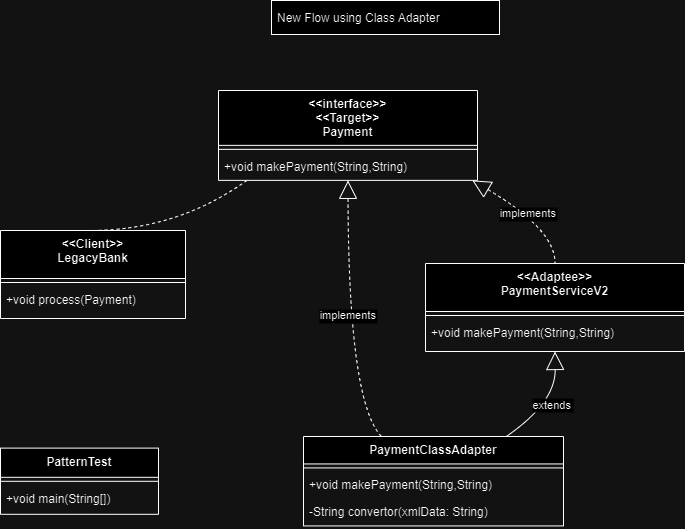
Before: docs/gurupalaniveltech.learning.structural.adapter/newflow_class.drawio.png, a diagram exported from draw.io (gurupalaniveltech/design-pattern). Source tidied: cells renumbered, new cells last; positions are measured from the earlier drawing's top-left corner, leaving out a move shared by most shapes. The source it was exported from:
```xml
<mxGraphModel>
  <root>
    <mxCell id="0" />
    <mxCell id="1" parent="0" />
    <mxCell id="2" value="PatternTest" style="swimlane;fontStyle=1;align=center;verticalAlign=top;horizontal=1;startSize=29.2;" parent="1" vertex="1">
      <mxGeometry y="447.6" width="158" height="66.2" as="geometry" />
    </mxCell>
    <mxCell id="3" style="line;strokeWidth=1;fillColor=none;align=left;verticalAlign=middle;spacingTop=-1;spacingLeft=3;spacingRight=3;labelPosition=right;strokeColor=inherit;" parent="2" vertex="1">
      <mxGeometry y="29.2" width="158" height="8" as="geometry" />
    </mxCell>
    <mxCell id="4" value="+void main(String[])" style="text;strokeColor=none;fillColor=none;align=left;verticalAlign=top;spacingLeft=4;spacingRight=4;overflow=hidden;" parent="2" vertex="1">
      <mxGeometry y="37.2" width="158" height="29" as="geometry" />
    </mxCell>
    <mxCell id="5" value="&lt;&lt;Client&gt;&gt;&#10;LegacyBank" style="swimlane;fontStyle=1;align=center;verticalAlign=top;horizontal=1;startSize=48;" parent="1" vertex="1">
      <mxGeometry y="230" width="185" height="88" as="geometry" />
    </mxCell>
    <mxCell id="6" style="line;strokeWidth=1;fillColor=none;align=left;verticalAlign=middle;spacingTop=-1;spacingLeft=3;spacingRight=3;labelPosition=right;strokeColor=inherit;" parent="5" vertex="1">
      <mxGeometry y="48" width="185" height="8" as="geometry" />
    </mxCell>
    <mxCell id="7" value="+void process(Payment)" style="text;strokeColor=none;fillColor=none;align=left;verticalAlign=top;spacingLeft=4;spacingRight=4;overflow=hidden;" parent="5" vertex="1">
      <mxGeometry y="56" width="185" height="32" as="geometry" />
    </mxCell>
    <mxCell id="8" value="&lt;&lt;interface&gt;&gt;&#10;&lt;&lt;Target&gt;&gt;&#10;Payment" style="swimlane;fontStyle=1;align=center;verticalAlign=top;horizontal=1;startSize=54.857142857142854;" parent="1" vertex="1">
      <mxGeometry x="218" y="90" width="259" height="89.9" as="geometry" />
    </mxCell>
    <mxCell id="9" style="line;strokeWidth=1;fillColor=none;align=left;verticalAlign=middle;spacingTop=-1;spacingLeft=3;spacingRight=3;labelPosition=right;strokeColor=inherit;" parent="8" vertex="1">
      <mxGeometry y="54.9" width="259" height="8" as="geometry" />
    </mxCell>
    <mxCell id="10" value="+void makePayment(String,String)" style="text;strokeColor=none;fillColor=none;align=left;verticalAlign=top;spacingLeft=4;spacingRight=4;overflow=hidden;" parent="8" vertex="1">
      <mxGeometry y="62.9" width="259" height="27" as="geometry" />
    </mxCell>
    <mxCell id="11" value="&lt;&lt;Adaptee&gt;&gt;&#10;PaymentServiceV2" style="swimlane;fontStyle=1;align=center;verticalAlign=top;horizontal=1;startSize=48;" parent="1" vertex="1">
      <mxGeometry x="425" y="263" width="259" height="88" as="geometry" />
    </mxCell>
    <mxCell id="12" style="line;strokeWidth=1;fillColor=none;align=left;verticalAlign=middle;spacingTop=-1;spacingLeft=3;spacingRight=3;labelPosition=right;strokeColor=inherit;" parent="11" vertex="1">
      <mxGeometry y="48" width="259" height="8" as="geometry" />
    </mxCell>
    <mxCell id="13" value="+void makePayment(String,String)" style="text;strokeColor=none;fillColor=none;align=left;verticalAlign=top;spacingLeft=4;spacingRight=4;overflow=hidden;" parent="11" vertex="1">
      <mxGeometry y="56" width="259" height="32" as="geometry" />
    </mxCell>
    <mxCell id="14" value="PaymentClassAdapter" style="swimlane;fontStyle=1;align=center;verticalAlign=top;horizontal=1;startSize=27.428571428571427;" parent="1" vertex="1">
      <mxGeometry x="303" y="436" width="260" height="89.4" as="geometry" />
    </mxCell>
    <mxCell id="15" style="line;strokeWidth=1;fillColor=none;align=left;verticalAlign=middle;spacingTop=-1;spacingLeft=3;spacingRight=3;labelPosition=right;strokeColor=inherit;" parent="14" vertex="1">
      <mxGeometry y="27.4" width="260" height="8" as="geometry" />
    </mxCell>
    <mxCell id="16" value="+void makePayment(String,String)" style="text;strokeColor=none;fillColor=none;align=left;verticalAlign=top;spacingLeft=4;spacingRight=4;overflow=hidden;" parent="14" vertex="1">
      <mxGeometry y="35.4" width="260" height="27" as="geometry" />
    </mxCell>
    <mxCell id="17" value="-String convertor(xmlData: String)" style="text;strokeColor=none;fillColor=none;align=left;verticalAlign=top;spacingLeft=4;spacingRight=4;overflow=hidden;" parent="14" vertex="1">
      <mxGeometry y="62.4" width="260" height="27" as="geometry" />
    </mxCell>
    <mxCell id="18" value="New Flow using Class Adapter" style="align=left;spacingLeft=4;" parent="1" vertex="1">
      <mxGeometry x="271" width="228" height="34" as="geometry" />
    </mxCell>
    <mxCell id="19" value="implements" style="curved=1;dashed=1;startArrow=block;startSize=16;startFill=0;endArrow=none;exitX=0.98;exitY=1;entryX=0.5;entryY=0;rounded=0;" parent="1" edge="1" source="8" target="11">
      <mxGeometry relative="1" as="geometry">
        <Array as="points">
          <mxPoint x="555" y="229" />
        </Array>
      </mxGeometry>
    </mxCell>
    <mxCell id="20" value="implements" style="curved=1;dashed=1;startArrow=block;startSize=16;startFill=0;endArrow=none;exitX=0.5;exitY=1;entryX=0.3;entryY=0;rounded=0;" parent="1" edge="1" source="8" target="14">
      <mxGeometry relative="1" as="geometry">
        <Array as="points">
          <mxPoint x="348" y="402" />
        </Array>
      </mxGeometry>
    </mxCell>
    <mxCell id="21" value="extends" style="curved=1;startArrow=block;startSize=16;startFill=0;endArrow=none;exitX=0.5;exitY=1;entryX=0.78;entryY=0;rounded=0;" parent="1" edge="1" source="11" target="14">
      <mxGeometry relative="1" as="geometry">
        <Array as="points">
          <mxPoint x="555" y="402" />
        </Array>
      </mxGeometry>
    </mxCell>
    <mxCell id="22" style="curved=1;dashed=1;startArrow=none;endArrow=none;exitX=0.11;exitY=1;entryX=0.5;entryY=0;rounded=0;" parent="1" edge="1" source="8" target="5">
      <mxGeometry relative="1" as="geometry">
        <Array as="points">
          <mxPoint x="178" y="229" />
        </Array>
      </mxGeometry>
    </mxCell>
  </root>
</mxGraphModel>
```
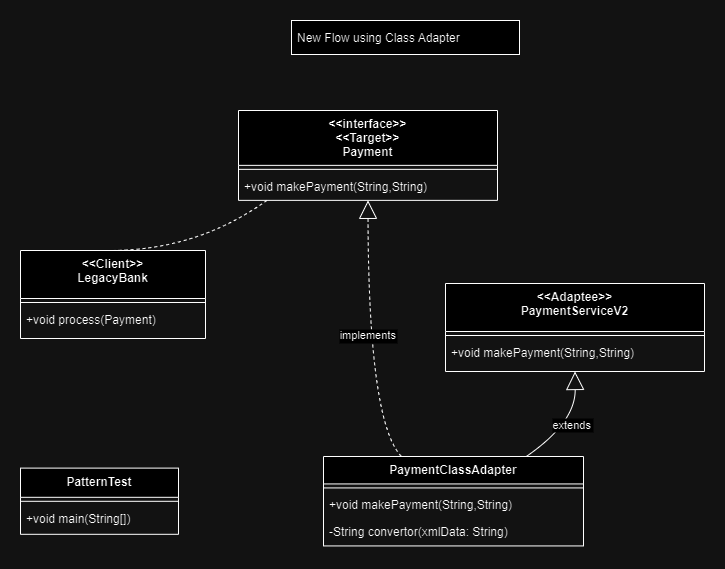
Later version of the same file.

What changed in the source:
```diff
@@ -53,13 +53,6 @@
     <mxCell id="18" value="New Flow using Class Adapter" style="align=left;spacingLeft=4;" parent="1" vertex="1">
       <mxGeometry x="271" width="228" height="34" as="geometry" />
     </mxCell>
-    <mxCell id="19" value="implements" style="curved=1;dashed=1;startArrow=block;startSize=16;startFill=0;endArrow=none;exitX=0.98;exitY=1;entryX=0.5;entryY=0;rounded=0;" parent="1" edge="1" source="8" target="11">
-      <mxGeometry relative="1" as="geometry">
-        <Array as="points">
-          <mxPoint x="555" y="229" />
-        </Array>
-      </mxGeometry>
-    </mxCell>
     <mxCell id="20" value="implements" style="curved=1;dashed=1;startArrow=block;startSize=16;startFill=0;endArrow=none;exitX=0.5;exitY=1;entryX=0.3;entryY=0;rounded=0;" parent="1" edge="1" source="8" target="14">
       <mxGeometry relative="1" as="geometry">
         <Array as="points">
```
